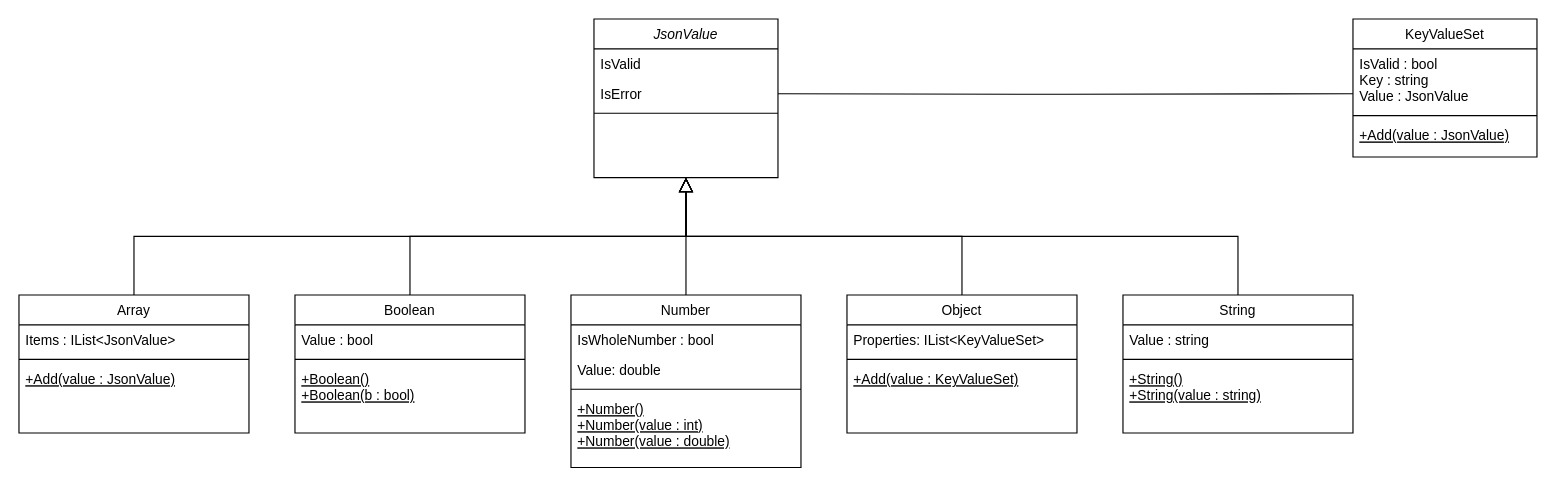
Above: CSE 681 - Project 1 - Patrick McDougle - Package Class Diagram - DOM.drawio in PatrickMcDougle/CSE681 (draw.io), before the change. Source tidied: cells renumbered, new cells numbered last; positions are measured from the earlier drawing's top-left corner, leaving out a move shared by most shapes. Both pictures are drawn from the tidied source at 115%, with x=0, y=0 at pixel (18, 18).
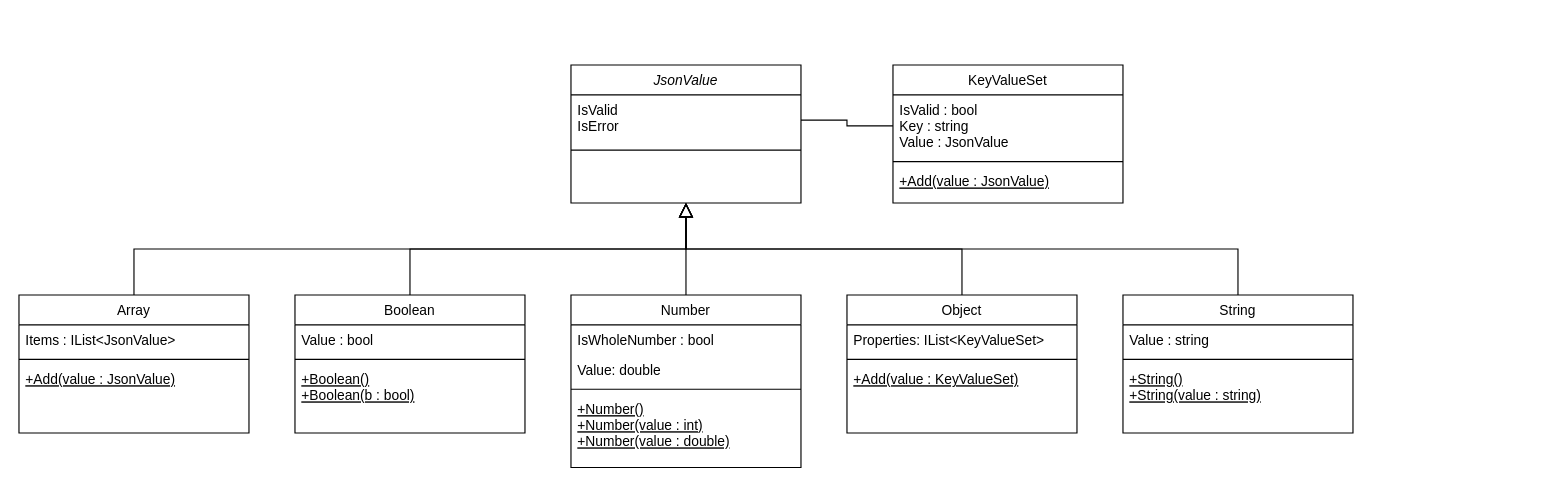
After the change.

The edit, as a diff of the source:
```diff
@@
     <mxCell id="2" value="JsonValue" style="swimlane;fontStyle=2;align=center;verticalAlign=top;horizontal=1;startSize=26;rounded=0;shadow=0;strokeWidth=1;" parent="1" vertex="1">
-      <mxGeometry x="500" width="160" height="138" as="geometry" />
+      <mxGeometry x="480" y="40" width="200" height="120" as="geometry" />
     </mxCell>
-    <mxCell id="3" value="IsValid" style="text;align=left;verticalAlign=top;spacingLeft=4;spacingRight=4;overflow=hidden;points=[[0,0.5],[1,0.5]];portConstraint=eastwest;" parent="2" vertex="1">
-      <mxGeometry y="26" width="160" height="26" as="geometry" />
+    <mxCell id="3" value="IsValid&#10;IsError" style="text;align=left;verticalAlign=top;spacingLeft=4;spacingRight=4;overflow=hidden;points=[[0,0.5],[1,0.5]];portConstraint=eastwest;" parent="2" vertex="1">
+      <mxGeometry y="26" width="200" height="44" as="geometry" />
     </mxCell>
-    <mxCell id="4" value="IsError" style="text;align=left;verticalAlign=top;spacingLeft=4;spacingRight=4;overflow=hidden;points=[[0,0.5],[1,0.5]];portConstraint=eastwest;rounded=0;shadow=0;html=0;" parent="2" vertex="1">
-      <mxGeometry y="52" width="160" height="26" as="geometry" />
-    </mxCell>
     <mxCell id="5" style="line;html=1;strokeWidth=1;align=left;verticalAlign=middle;spacingTop=-1;spacingLeft=3;spacingRight=3;labelPosition=right;" parent="2" vertex="1">
-      <mxGeometry y="78" width="160" height="8" as="geometry" />
+      <mxGeometry y="70" width="200" height="8" as="geometry" />
     </mxCell>
@@
     <mxCell id="16" value="KeyValueSet" style="swimlane;fontStyle=0;align=center;verticalAlign=top;horizontal=1;startSize=26;rounded=0;shadow=0;strokeWidth=1;" parent="1" vertex="1">
-      <mxGeometry x="1160" width="160" height="120" as="geometry" />
+      <mxGeometry x="760" y="40" width="200" height="120" as="geometry" />
     </mxCell>
     <mxCell id="17" value="IsValid : bool &#10;Key : string&#10;Value : JsonValue&#10;" style="text;align=left;verticalAlign=top;spacingLeft=4;spacingRight=4;overflow=hidden;points=[[0,0.5],[1,0.5]];portConstraint=eastwest;" parent="16" vertex="1">
-      <mxGeometry y="26" width="160" height="54" as="geometry" />
+      <mxGeometry y="26" width="200" height="54" as="geometry" />
     </mxCell>
     <mxCell id="18" style="line;html=1;strokeWidth=1;align=left;verticalAlign=middle;spacingTop=-1;spacingLeft=3;spacingRight=3;labelPosition=right;" parent="16" vertex="1">
-      <mxGeometry y="80" width="160" height="8" as="geometry" />
+      <mxGeometry y="80" width="200" height="8" as="geometry" />
     </mxCell>
     <mxCell id="19" value="+Add(value : JsonValue)" style="text;align=left;verticalAlign=top;spacingLeft=4;spacingRight=4;overflow=hidden;fontStyle=4;" parent="16" vertex="1">
-      <mxGeometry y="88" width="160" height="26" as="geometry" />
+      <mxGeometry y="88" width="200" height="26" as="geometry" />
     </mxCell>
@@
-    <mxCell id="36" style="edgeStyle=orthogonalEdgeStyle;rounded=0;jettySize=auto;html=1;exitX=0;exitY=0.5;exitDx=0;exitDy=0;entryX=1;entryY=0.5;entryDx=0;entryDy=0;endArrow=none;endFill=0;" parent="1" edge="1" target="4">
-      <mxGeometry relative="1" as="geometry">
-        <mxPoint x="1160" y="65" as="sourcePoint" />
-      </mxGeometry>
+    <mxCell id="36" style="edgeStyle=orthogonalEdgeStyle;rounded=0;jettySize=auto;html=1;exitX=0;exitY=0.5;exitDx=0;exitDy=0;entryX=1;entryY=0.5;entryDx=0;entryDy=0;endArrow=none;endFill=0;" parent="1" edge="1" source="17" target="3">
+      <mxGeometry relative="1" as="geometry" />
     </mxCell>
```
